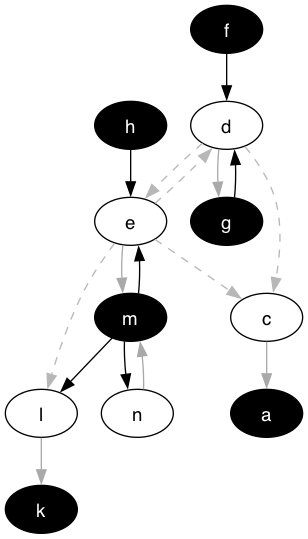
Before: lib/graphs/kernel_pw3_graph_colored.png, a diagram exported from Graphviz (idaks/Games-and-Argumentation). Its source is kept beside it as lib/graphs/kernel_pw3_graph_colored.dot.
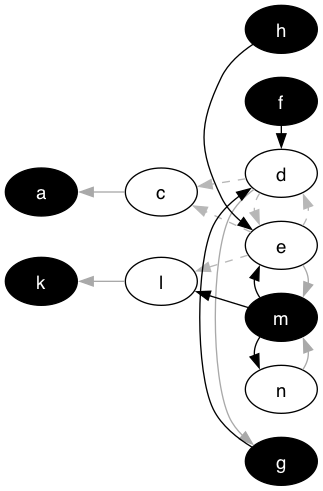
Above is the later version.

Diff of the diagram source:
```diff
@@ -1,4 +1,5 @@
 digraph G {
+  rankdir="LR"
   node [shape=oval style=filled fontname=Helvetica fontsize=14]
   node [fillcolor="#ffffff" fontcolor="#000000"] c l d e n;
   node [fillcolor="#000000" fontcolor="#ffffff"] a k m f g h;
@@ -21,4 +22,8 @@
         "g" -> "d";
         "h" -> "e";
         "m" -> "n";
+
+  {rank = min; a; k}
+  {rank = same; c; l}
+  {rank = max; d; e; m; f; g; h; n}
 }
```
